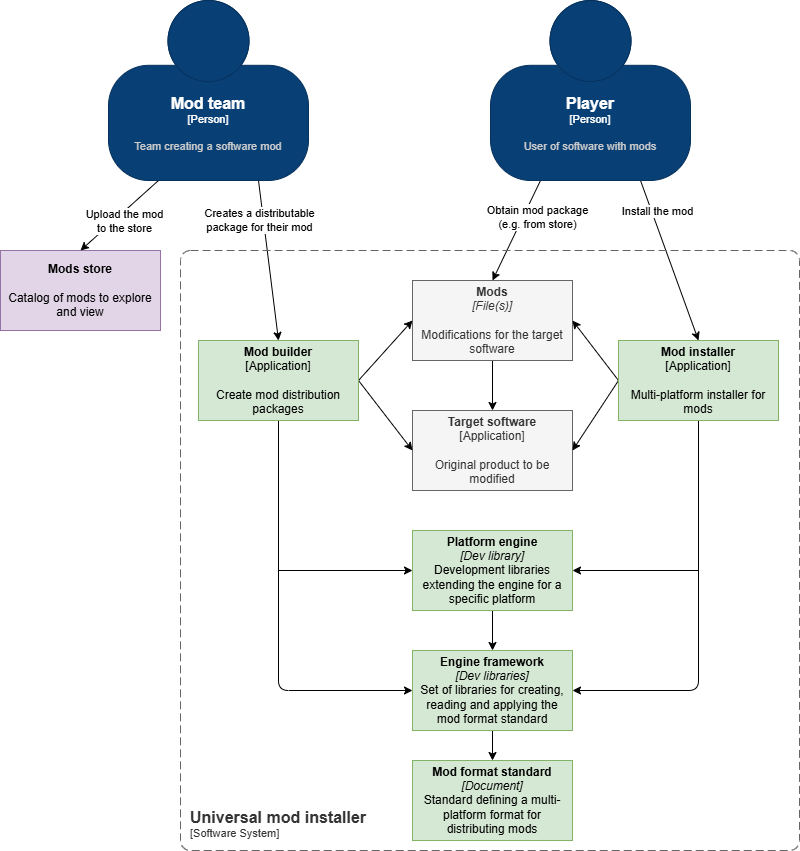
pleonex/game-patcher keeps this draw.io diagram as docs/images/design_l2.drawio.png. Above is the earlier version. Source tidied: cells renumbered, new cells last; positions are measured from the earlier drawing's top-left corner, leaving out a move shared by most shapes.
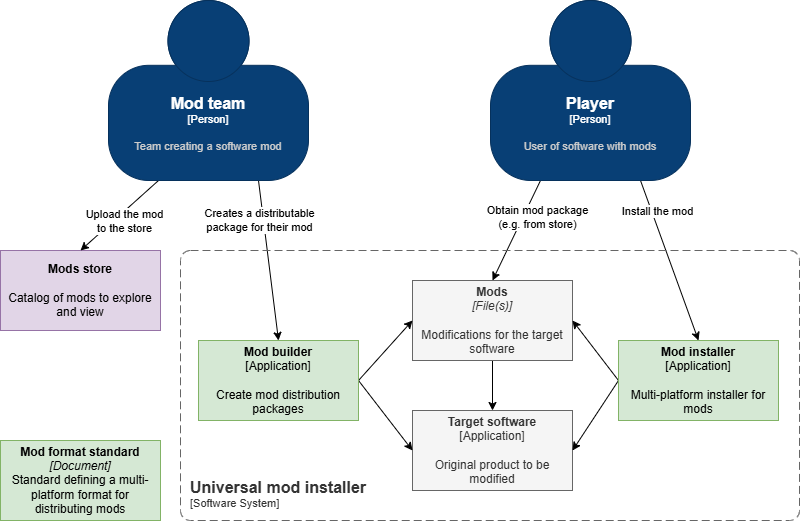
Later version of the same file.

Commit message:
📚Diagrams and design of installer

Change to the diagram source:
```diff
@@ -11,12 +11,6 @@
     <mxCell id="4" value="&lt;b&gt;Target software&lt;br&gt;&lt;/b&gt;[Application]&lt;br&gt;&lt;br&gt;Original product to be modified" style="rounded=0;whiteSpace=wrap;html=1;fillColor=#f5f5f5;strokeColor=#666666;fontColor=#333333;" parent="1" vertex="1">
       <mxGeometry x="412" y="410" width="160" height="80" as="geometry" />
     </mxCell>
-    <mxCell id="5" style="edgeStyle=orthogonalEdgeStyle;rounded=0;jettySize=auto;html=1;exitX=0.5;exitY=1;exitDx=0;exitDy=0;entryX=0.5;entryY=0;entryDx=0;entryDy=0;" parent="1" edge="1" source="6" target="21">
-      <mxGeometry relative="1" as="geometry" />
-    </mxCell>
-    <mxCell id="6" value="&lt;b&gt;Engine framework&lt;br&gt;&lt;/b&gt;&lt;i&gt;[Dev libraries]&lt;br&gt;&lt;/i&gt;Set of libraries for creating, reading and applying the mod format standard" style="rounded=0;whiteSpace=wrap;html=1;fillColor=#d5e8d4;strokeColor=#82b366;" parent="1" vertex="1">
-      <mxGeometry x="412" y="650" width="160" height="80" as="geometry" />
-    </mxCell>
     <mxCell id="7" value="&lt;b&gt;Mods store&lt;/b&gt;&lt;br&gt;&lt;br&gt;Catalog of mods to explore and view" style="rounded=0;whiteSpace=wrap;html=1;fillColor=#e1d5e7;strokeColor=#9673a6;" parent="1" vertex="1">
       <mxGeometry y="250" width="160" height="80" as="geometry" />
     </mxCell>
@@ -55,33 +49,21 @@
     <mxCell id="16" style="edgeStyle=none;html=1;exitX=0;exitY=0.5;exitDx=0;exitDy=0;entryX=1;entryY=0.5;entryDx=0;entryDy=0;jumpStyle=arc;" parent="1" edge="1" source="20" target="4">
       <mxGeometry relative="1" as="geometry" />
     </mxCell>
-    <mxCell id="17" style="edgeStyle=orthogonalEdgeStyle;html=1;exitX=0.5;exitY=1;exitDx=0;exitDy=0;entryX=1;entryY=0.5;entryDx=0;entryDy=0;" parent="1" edge="1" source="20" target="6">
-      <mxGeometry relative="1" as="geometry" />
-    </mxCell>
     <mxCell id="18" style="edgeStyle=none;jumpStyle=arc;html=1;exitX=0;exitY=0.5;exitDx=0;exitDy=0;entryX=1;entryY=0.5;entryDx=0;entryDy=0;" parent="1" edge="1" source="20" target="3">
       <mxGeometry relative="1" as="geometry" />
     </mxCell>
-    <mxCell id="19" style="edgeStyle=orthogonalEdgeStyle;rounded=0;jettySize=auto;html=1;exitX=0.5;exitY=1;exitDx=0;exitDy=0;entryX=1;entryY=0.5;entryDx=0;entryDy=0;" parent="1" edge="1" source="20" target="31">
-      <mxGeometry relative="1" as="geometry" />
-    </mxCell>
     <mxCell id="20" value="&lt;b&gt;Mod installer&lt;br&gt;&lt;/b&gt;[Application]&lt;br&gt;&lt;br&gt;Multi-platform installer for mods" style="rounded=0;whiteSpace=wrap;html=1;fillColor=#d5e8d4;strokeColor=#82b366;" parent="1" vertex="1">
       <mxGeometry x="618" y="340" width="160" height="80" as="geometry" />
     </mxCell>
     <mxCell id="21" value="&lt;b&gt;Mod format standard&lt;br&gt;&lt;/b&gt;&lt;i&gt;[Document]&lt;/i&gt;&lt;br&gt;Standard defining a multi-platform format for distributing mods" style="rounded=0;whiteSpace=wrap;html=1;fillColor=#d5e8d4;strokeColor=#82b366;" parent="1" vertex="1">
-      <mxGeometry x="412" y="760" width="160" height="80" as="geometry" />
+      <mxGeometry y="440" width="160" height="80" as="geometry" />
     </mxCell>
-    <mxCell id="22" style="edgeStyle=orthogonalEdgeStyle;html=1;exitX=0.5;exitY=1;exitDx=0;exitDy=0;entryX=0;entryY=0.5;entryDx=0;entryDy=0;jumpStyle=arc;" parent="1" edge="1" source="26" target="6">
-      <mxGeometry relative="1" as="geometry" />
-    </mxCell>
     <mxCell id="23" style="edgeStyle=none;jumpStyle=arc;html=1;exitX=1;exitY=0.5;exitDx=0;exitDy=0;entryX=0;entryY=0.5;entryDx=0;entryDy=0;" parent="1" edge="1" source="26" target="4">
       <mxGeometry relative="1" as="geometry" />
     </mxCell>
     <mxCell id="24" style="rounded=0;jettySize=auto;html=1;exitX=1;exitY=0.5;exitDx=0;exitDy=0;entryX=0;entryY=0.5;entryDx=0;entryDy=0;" parent="1" edge="1" source="26" target="3">
       <mxGeometry relative="1" as="geometry" />
     </mxCell>
-    <mxCell id="25" style="edgeStyle=orthogonalEdgeStyle;rounded=0;jettySize=auto;html=1;exitX=0.5;exitY=1;exitDx=0;exitDy=0;entryX=0;entryY=0.5;entryDx=0;entryDy=0;" parent="1" edge="1" source="26" target="31">
-      <mxGeometry relative="1" as="geometry" />
-    </mxCell>
     <mxCell id="26" value="&lt;b&gt;Mod builder&lt;br&gt;&lt;/b&gt;[Application]&lt;br&gt;&lt;br&gt;Create mod distribution packages" style="rounded=0;whiteSpace=wrap;html=1;fillColor=#d5e8d4;strokeColor=#82b366;" parent="1" vertex="1">
       <mxGeometry x="198" y="340" width="160" height="80" as="geometry" />
     </mxCell>
@@ -97,14 +79,8 @@
     </object>
     <object id="29" label="&lt;font style=&quot;font-size: 16px&quot;&gt;&lt;b&gt;&lt;div style=&quot;text-align: left&quot;&gt;%c4Name%&lt;/div&gt;&lt;/b&gt;&lt;/font&gt;&lt;div style=&quot;text-align: left&quot;&gt;[%c4Application%]&lt;/div&gt;" c4Application="Software System" c4Name="Universal mod installer" c4Type="SystemScopeBoundary" placeholders="1">
       <mxCell style="rounded=1;fontSize=11;whiteSpace=wrap;html=1;dashed=1;arcSize=20;fillColor=none;strokeColor=#666666;fontColor=#333333;labelBackgroundColor=none;align=left;verticalAlign=bottom;labelBorderColor=none;spacingTop=0;spacing=10;dashPattern=8 4;perimeter=rectanglePerimeter;noLabel=0;labelPadding=0;absoluteArcSize=1;" parent="1" vertex="1">
-        <mxGeometry x="180" y="250" width="619" height="600" as="geometry" />
+        <mxGeometry x="180" y="250" width="619" height="270" as="geometry" />
       </mxCell>
     </object>
-    <mxCell id="30" style="edgeStyle=orthogonalEdgeStyle;rounded=0;jettySize=auto;html=1;exitX=0.5;exitY=1;exitDx=0;exitDy=0;entryX=0.5;entryY=0;entryDx=0;entryDy=0;" parent="1" edge="1" source="31" target="6">
-      <mxGeometry relative="1" as="geometry" />
-    </mxCell>
-    <mxCell id="31" value="&lt;b&gt;Platform engine&lt;br&gt;&lt;/b&gt;&lt;i&gt;[Dev library]&lt;br&gt;&lt;/i&gt;Development libraries extending the engine for a specific platform" style="rounded=0;whiteSpace=wrap;html=1;fillColor=#d5e8d4;strokeColor=#82b366;" parent="1" vertex="1">
-      <mxGeometry x="412" y="530" width="160" height="80" as="geometry" />
-    </mxCell>
   </root>
 </mxGraphModel>
```
